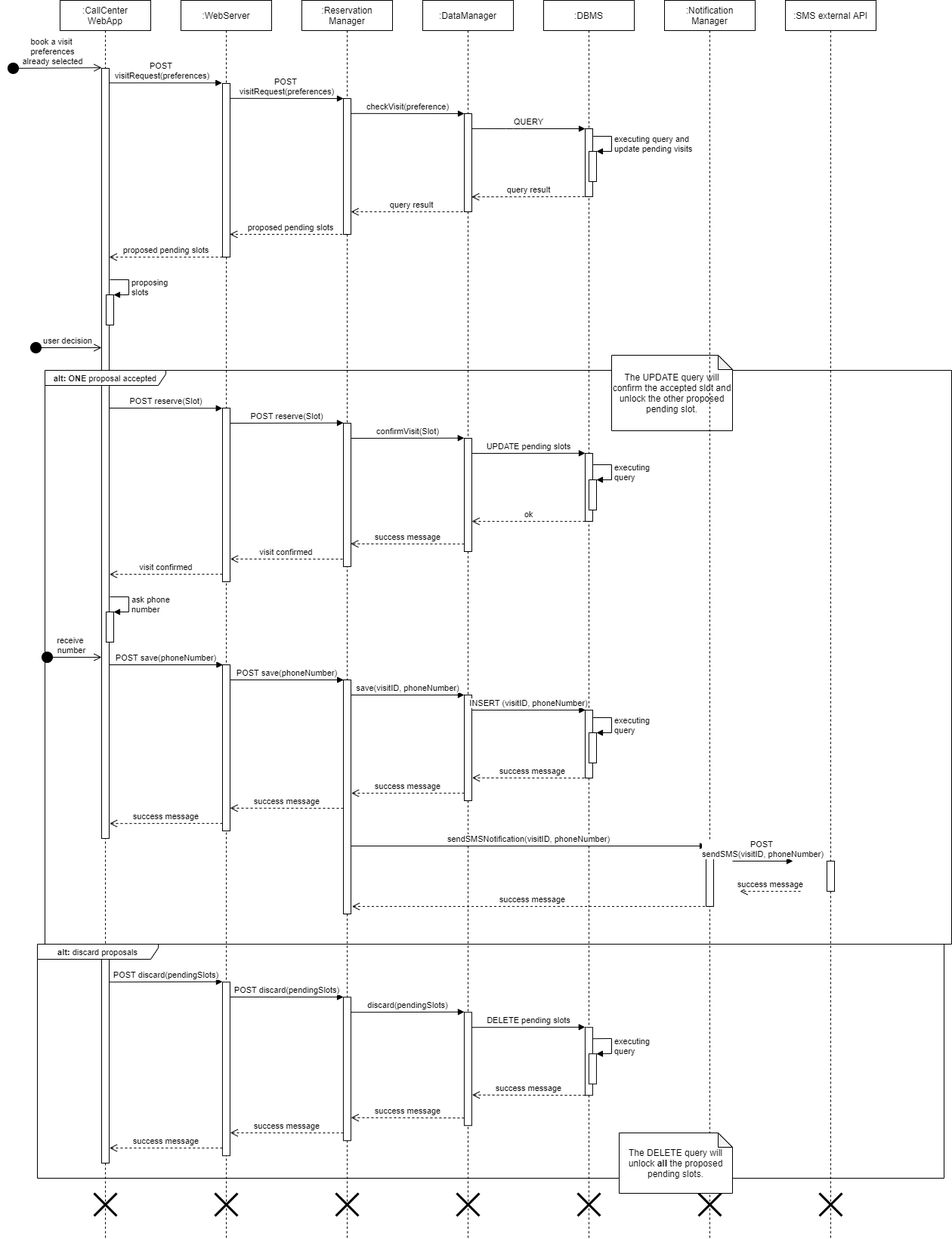
Before: DD/Runtime view diagram/book visit call center.png, a diagram exported from draw.io (CosimoSguanci/SguanciSpataforaVergani-RASD-DD-ingsw2). Source tidied: cells renumbered, new cells last; positions are measured from the earlier drawing's top-left corner, leaving out a move shared by most shapes.
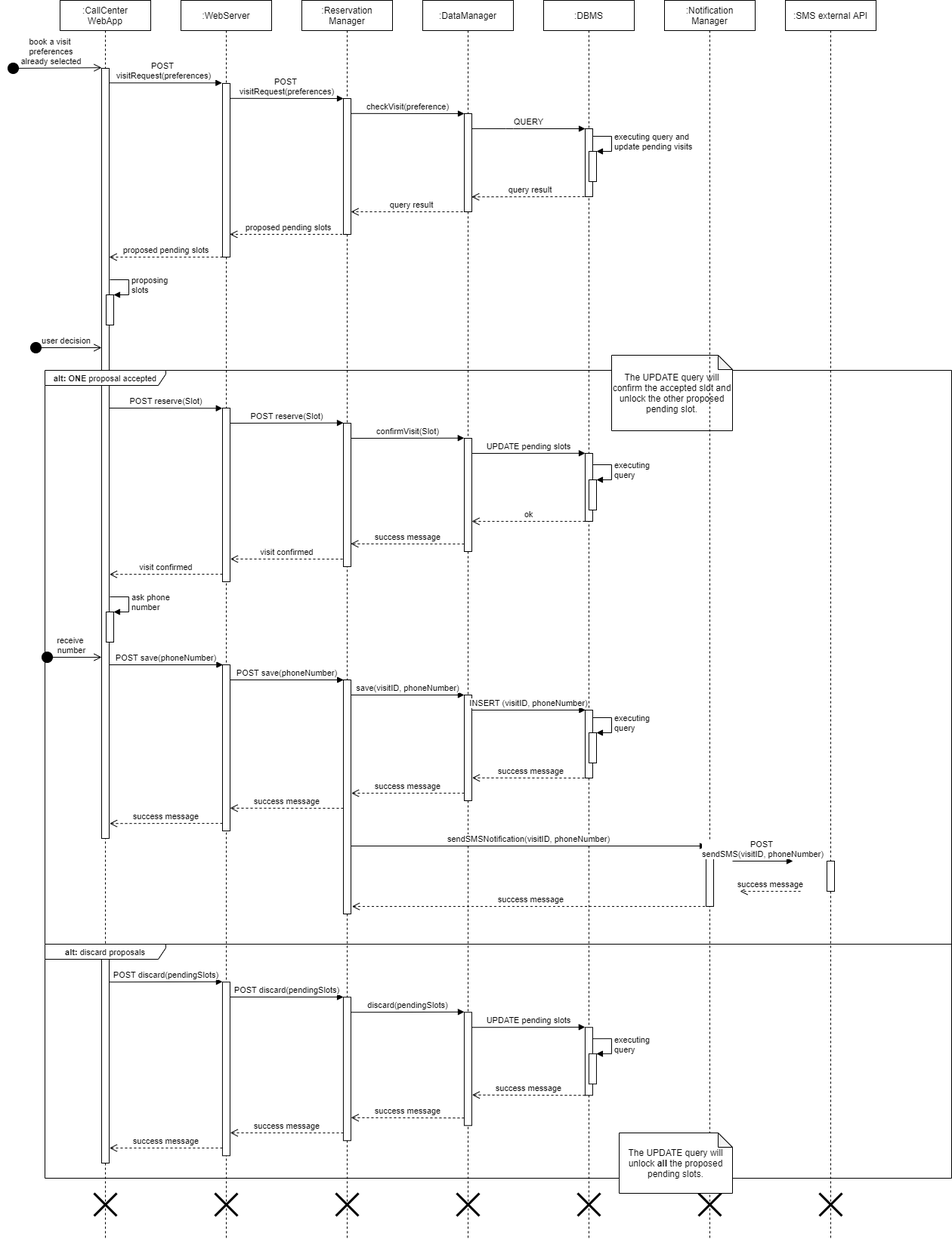
Above is the later version.

Commit message:
update runtime view diagrams

Change to the diagram source:
```diff
@@ -303,7 +303,7 @@
       </mxGeometry>
     </mxCell>
     <mxCell id="74" value="&lt;font style=&quot;font-size: 11px&quot;&gt;&lt;b&gt;alt:&lt;/b&gt;&amp;nbsp;discard proposals&lt;/font&gt;" style="shape=umlFrame;whiteSpace=wrap;html=1;width=160;height=20;" parent="1" vertex="1">
-      <mxGeometry x="40" y="1250" width="1200" height="310" as="geometry" />
+      <mxGeometry x="50" y="1250" width="1200" height="310" as="geometry" />
     </mxCell>
     <mxCell id="75" style="html=1;points=[];perimeter=orthogonalPerimeter;" parent="1" vertex="1">
       <mxGeometry x="125" y="1270" width="10" height="270" as="geometry" />
@@ -330,7 +330,7 @@
     <mxCell id="81" style="html=1;points=[];perimeter=orthogonalPerimeter;" parent="1" vertex="1">
       <mxGeometry x="604.9" y="1340.2" width="10" height="150" as="geometry" />
     </mxCell>
-    <mxCell id="82" value="DELETE pending slots" style="html=1;verticalAlign=bottom;endArrow=block;entryX=-0.013;entryY=-0.004;entryDx=0;entryDy=0;entryPerimeter=0;" parent="1" edge="1" target="83">
+    <mxCell id="82" value="UPDATE pending slots" style="html=1;verticalAlign=bottom;endArrow=block;entryX=-0.013;entryY=-0.004;entryDx=0;entryDy=0;entryPerimeter=0;" parent="1" edge="1" target="83">
       <mxGeometry relative="1" as="geometry">
         <mxPoint x="614.9" y="1360.2" as="sourcePoint" />
       </mxGeometry>
@@ -375,7 +375,7 @@
         <mxPoint x="125" y="460" as="targetPoint" />
       </mxGeometry>
     </mxCell>
-    <mxCell id="91" value="The DELETE query will unlock &lt;b&gt;all&amp;nbsp;&lt;/b&gt;the proposed pending slots." style="shape=note;whiteSpace=wrap;html=1;backgroundOutline=1;darkOpacity=0.05;size=19;" parent="1" vertex="1">
+    <mxCell id="91" value="The UPDATE query will unlock &lt;b&gt;all&amp;nbsp;&lt;/b&gt;the proposed pending slots." style="shape=note;whiteSpace=wrap;html=1;backgroundOutline=1;darkOpacity=0.05;size=19;" parent="1" vertex="1">
       <mxGeometry x="810" y="1500" width="150" height="80" as="geometry" />
     </mxCell>
   </root>
```
